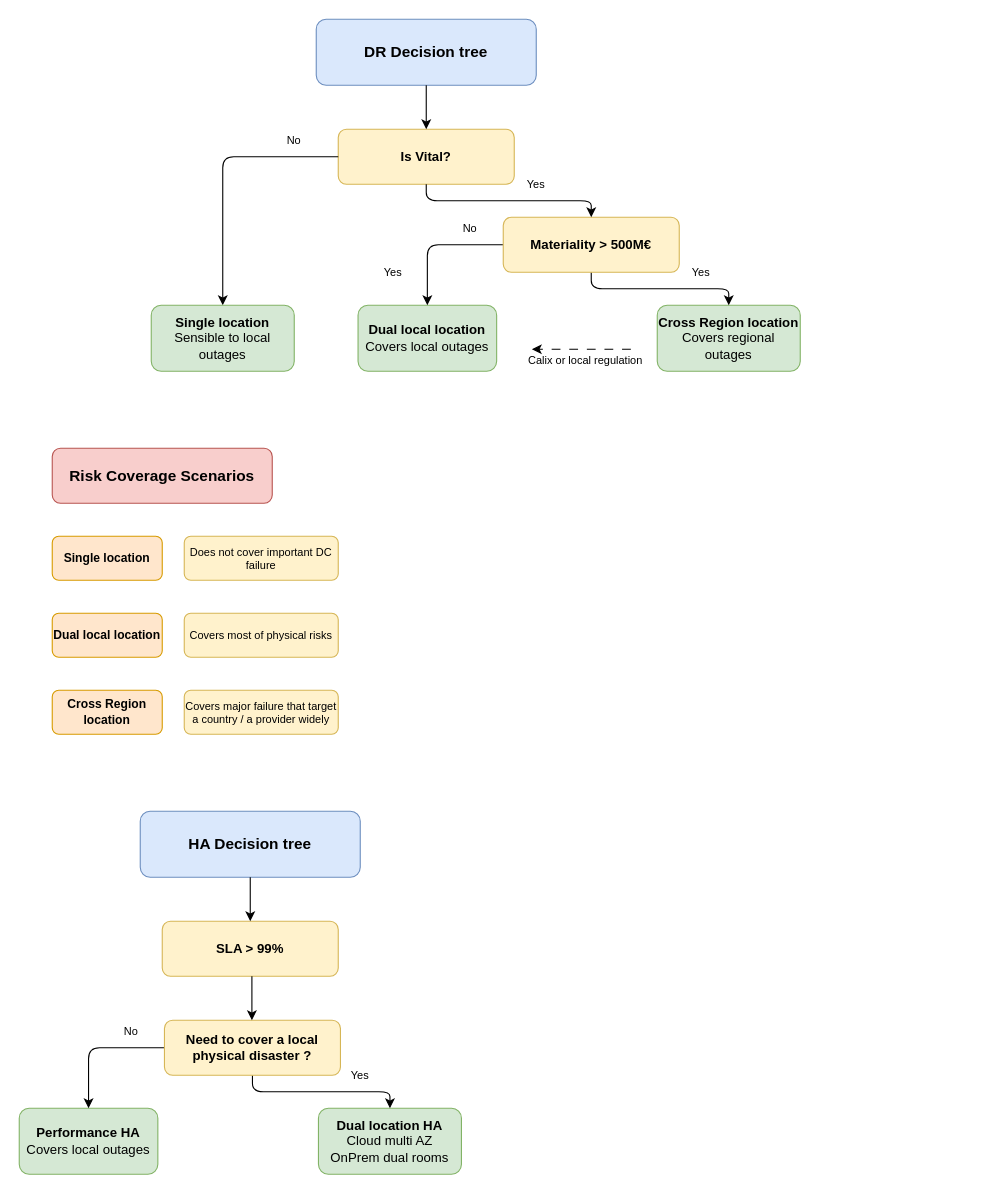
anthonygea/mycv keeps this draw.io diagram as page "DR" (2 of 4) of DR-DecisionTree.drawio. Above is the earlier version. Source tidied: cells renumbered, new cells numbered last; positions are measured from the earlier drawing's top-left corner, leaving out a move shared by most shapes. Both pictures are drawn from the tidied source at 110%, with x=0, y=0 at pixel (19, 19).
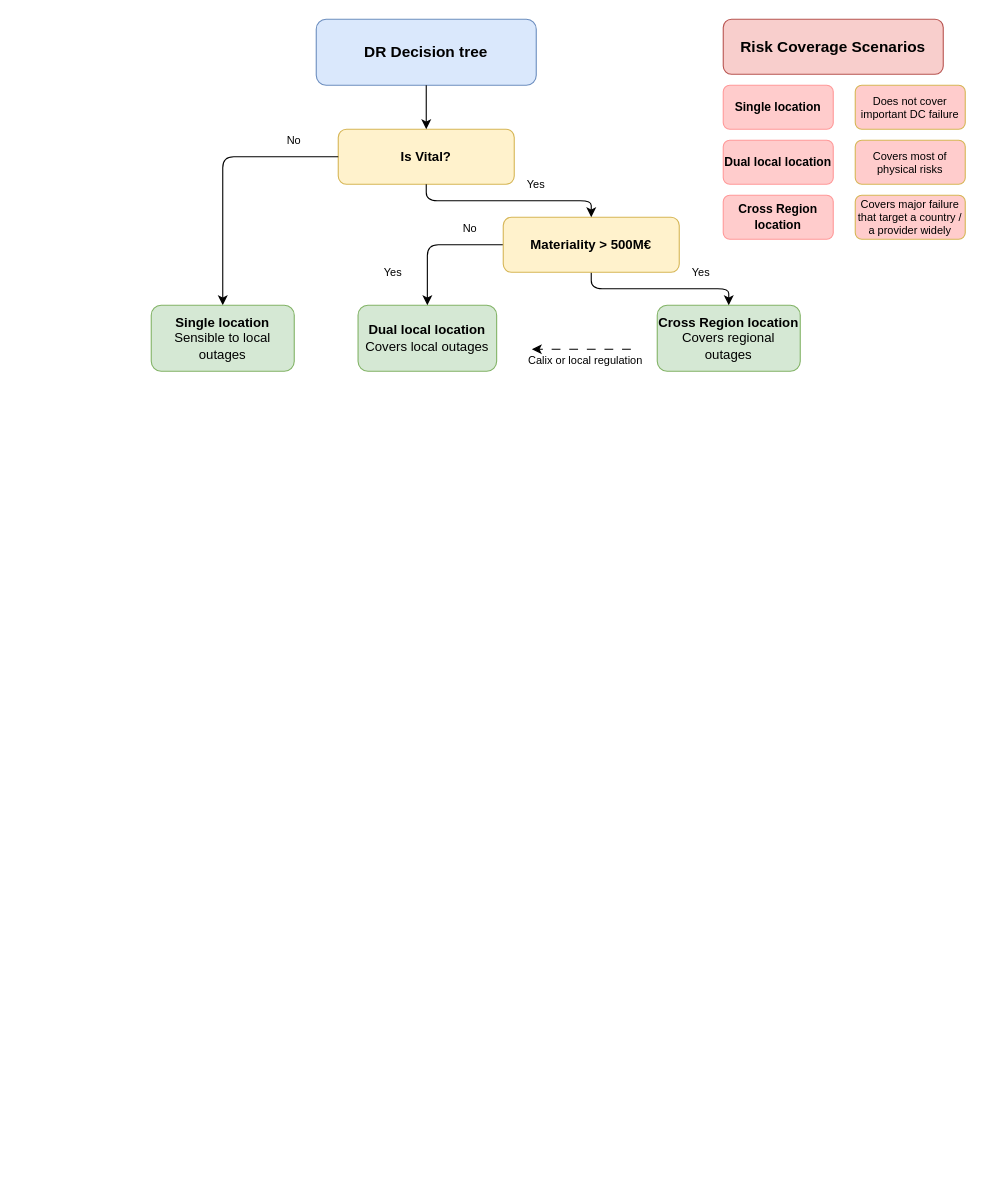
The same diagram, later.

Commit message:
Mettre à jour DR-DecisionTree.drawio

Diff of the diagram source:
```diff
@@
     <mxCell id="18" value="Risk Coverage Scenarios" style="rounded=1;whiteSpace=wrap;html=1;fillColor=#f8cecc;strokeColor=#b85450;fontSize=14;fontStyle=1;" parent="1" vertex="1">
-      <mxGeometry x="30" y="390" width="200" height="50" as="geometry" />
+      <mxGeometry x="640" width="200" height="50" as="geometry" />
     </mxCell>
-    <mxCell id="19" value="Single location" style="rounded=1;whiteSpace=wrap;html=1;fillColor=#ffe6cc;strokeColor=#d79b00;fontSize=11;fontStyle=1;" parent="1" vertex="1">
-      <mxGeometry x="30" y="470" width="100" height="40" as="geometry" />
+    <mxCell id="19" value="Single location" style="rounded=1;whiteSpace=wrap;html=1;fillColor=#FFCCCC;strokeColor=#FF9999;fontSize=11;fontStyle=1;" parent="1" vertex="1">
+      <mxGeometry x="640" y="60" width="100" height="40" as="geometry" />
     </mxCell>
-    <mxCell id="20" value="Does not cover important DC failure" style="rounded=1;whiteSpace=wrap;html=1;fillColor=#fff2cc;strokeColor=#d6b656;fontSize=10;" parent="1" vertex="1">
-      <mxGeometry x="150" y="470" width="140" height="40" as="geometry" />
+    <mxCell id="20" value="Does not cover important DC failure" style="rounded=1;whiteSpace=wrap;html=1;fillColor=#FFCCCC;strokeColor=#d6b656;fontSize=10;" parent="1" vertex="1">
+      <mxGeometry x="760" y="60" width="100" height="40" as="geometry" />
     </mxCell>
-    <mxCell id="21" value="Dual local location" style="rounded=1;whiteSpace=wrap;html=1;fillColor=#ffe6cc;strokeColor=#d79b00;fontSize=11;fontStyle=1;" parent="1" vertex="1">
-      <mxGeometry x="30" y="540" width="100" height="40" as="geometry" />
+    <mxCell id="21" value="Dual local location" style="rounded=1;whiteSpace=wrap;html=1;fillColor=#FFCCCC;strokeColor=#FF9999;fontSize=11;fontStyle=1;" parent="1" vertex="1">
+      <mxGeometry x="640" y="110" width="100" height="40" as="geometry" />
     </mxCell>
-    <mxCell id="22" value="Covers most of physical risks" style="rounded=1;whiteSpace=wrap;html=1;fillColor=#fff2cc;strokeColor=#d6b656;fontSize=10;" parent="1" vertex="1">
-      <mxGeometry x="150" y="540" width="140" height="40" as="geometry" />
+    <mxCell id="22" value="Covers most of physical risks" style="rounded=1;whiteSpace=wrap;html=1;fillColor=#FFCCCC;strokeColor=#d6b656;fontSize=10;" parent="1" vertex="1">
+      <mxGeometry x="760" y="110" width="100" height="40" as="geometry" />
     </mxCell>
-    <mxCell id="23" value="Cross Region location" style="rounded=1;whiteSpace=wrap;html=1;fillColor=#ffe6cc;strokeColor=#d79b00;fontSize=11;fontStyle=1;" parent="1" vertex="1">
-      <mxGeometry x="30" y="610" width="100" height="40" as="geometry" />
+    <mxCell id="23" value="Cross Region location" style="rounded=1;whiteSpace=wrap;html=1;fillColor=#FFCCCC;strokeColor=#FF9999;fontSize=11;fontStyle=1;" parent="1" vertex="1">
+      <mxGeometry x="640" y="160" width="100" height="40" as="geometry" />
     </mxCell>
-    <mxCell id="24" value="Covers major failure that target a country / a provider widely" style="rounded=1;whiteSpace=wrap;html=1;fillColor=#fff2cc;strokeColor=#d6b656;fontSize=10;" parent="1" vertex="1">
-      <mxGeometry x="150" y="610" width="140" height="40" as="geometry" />
+    <mxCell id="24" value="Covers major failure that target a country / a provider widely" style="rounded=1;whiteSpace=wrap;html=1;fillColor=#FFCCCC;strokeColor=#d6b656;fontSize=10;" parent="1" vertex="1">
+      <mxGeometry x="760" y="160" width="100" height="40" as="geometry" />
     </mxCell>
-    <mxCell id="25" value="HA Decision tree" style="rounded=1;whiteSpace=wrap;html=1;fillColor=#dae8fc;strokeColor=#6c8ebf;fontSize=14;fontStyle=1;" parent="1" vertex="1">
-      <mxGeometry x="110" y="720" width="200" height="60" as="geometry" />
-    </mxCell>
-    <mxCell id="26" value="SLA &amp;gt; 99%" style="rounded=1;whiteSpace=wrap;html=1;fillColor=#fff2cc;strokeColor=#d6b656;fontSize=12;fontStyle=1;" parent="1" vertex="1">
-      <mxGeometry x="130" y="820" width="160" height="50" as="geometry" />
-    </mxCell>
-    <mxCell id="27" style="endArrow=classic;html=1;edgeStyle=orthogonalEdgeStyle;" parent="1" edge="1" source="25" target="26">
-      <mxGeometry relative="1" as="geometry" />
-    </mxCell>
-    <mxCell id="28" value="&lt;div&gt;Performance HA&lt;/div&gt;&lt;div&gt;&lt;span style=&quot;font-weight: normal;&quot;&gt;Covers local outages&lt;/span&gt;&lt;br&gt;&lt;/div&gt;" style="rounded=1;whiteSpace=wrap;html=1;fillColor=#d5e8d4;strokeColor=#82b366;fontSize=12;fontStyle=1;" parent="1" vertex="1">
-      <mxGeometry y="990" width="126" height="60" as="geometry" />
-    </mxCell>
-    <mxCell id="29" value="&lt;div&gt;Dual location HA&lt;/div&gt;&lt;div&gt;&lt;span style=&quot;font-weight: normal;&quot;&gt;Cloud multi AZ&lt;/span&gt;&lt;/div&gt;&lt;div&gt;&lt;span style=&quot;font-weight: normal;&quot;&gt;OnPrem dual rooms&lt;/span&gt;&lt;/div&gt;" style="rounded=1;whiteSpace=wrap;html=1;fillColor=#d5e8d4;strokeColor=#82b366;fontSize=12;fontStyle=1;" parent="1" vertex="1">
-      <mxGeometry x="272" y="990" width="130" height="60" as="geometry" />
-    </mxCell>
-    <mxCell id="30" style="endArrow=classic;html=1;edgeStyle=orthogonalEdgeStyle;entryX=0.5;entryY=0;entryDx=0;entryDy=0;exitX=0;exitY=0.5;exitDx=0;exitDy=0;" parent="1" edge="1" source="32" target="28">
-      <mxGeometry relative="1" as="geometry" />
-    </mxCell>
-    <mxCell id="31" style="endArrow=classic;html=1;edgeStyle=orthogonalEdgeStyle;entryX=0.5;entryY=0;entryDx=0;entryDy=0;exitX=0.5;exitY=1;exitDx=0;exitDy=0;" parent="1" edge="1" source="32" target="29">
-      <mxGeometry relative="1" as="geometry" />
-    </mxCell>
-    <mxCell id="32" value="Need to cover a local physical disaster ?" style="rounded=1;whiteSpace=wrap;html=1;fillColor=#fff2cc;strokeColor=#d6b656;fontSize=12;fontStyle=1;" parent="1" vertex="1">
-      <mxGeometry x="132" y="910" width="160" height="50" as="geometry" />
-    </mxCell>
-    <mxCell id="33" value="Yes" style="text;html=1;strokeColor=none;fillColor=none;align=center;verticalAlign=middle;whiteSpace=wrap;rounded=0;fontSize=10;" parent="1" vertex="1">
-      <mxGeometry x="260" y="950" width="100" height="20" as="geometry" />
-    </mxCell>
-    <mxCell id="34" value="No" style="text;html=1;strokeColor=none;fillColor=none;align=center;verticalAlign=middle;whiteSpace=wrap;rounded=0;fontSize=10;" parent="1" vertex="1">
-      <mxGeometry x="52" y="910" width="100" height="20" as="geometry" />
-    </mxCell>
-    <mxCell id="35" style="endArrow=classic;html=1;edgeStyle=orthogonalEdgeStyle;" parent="1" edge="1">
-      <mxGeometry relative="1" as="geometry">
-        <mxPoint x="211.5" y="870" as="sourcePoint" />
-        <mxPoint x="211.5" y="910" as="targetPoint" />
-      </mxGeometry>
-    </mxCell>
```
